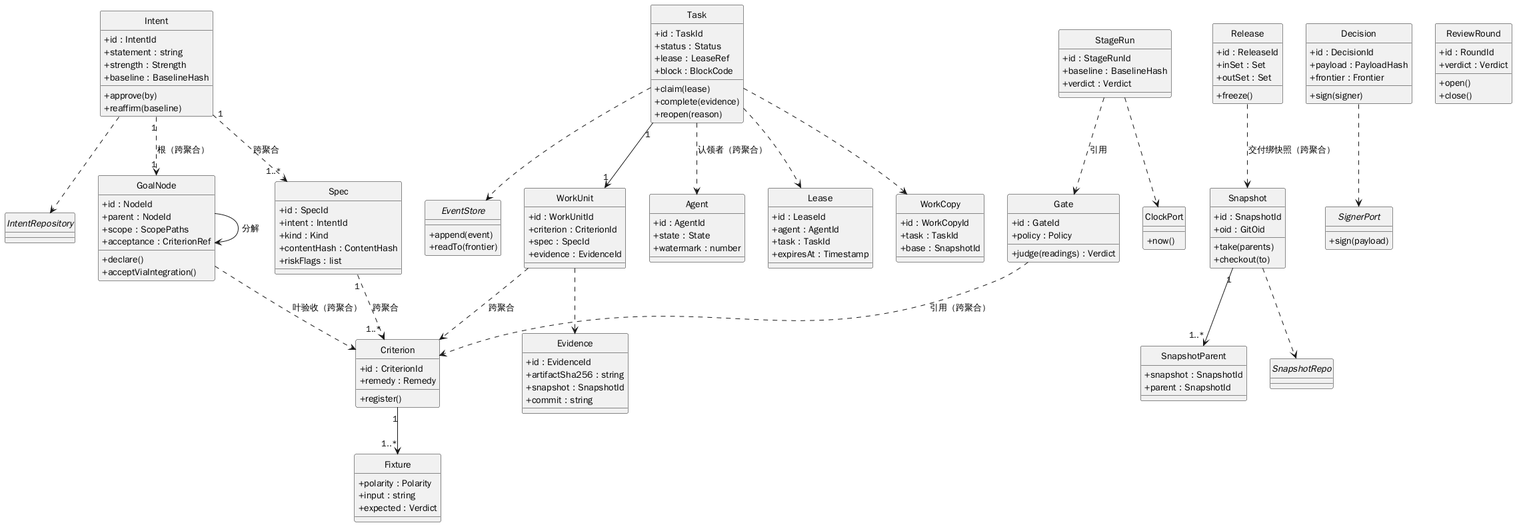
Above: design/diagrams/uml-class.png in raitpor/dsh-software-dev-office (PlantUML), before the change.
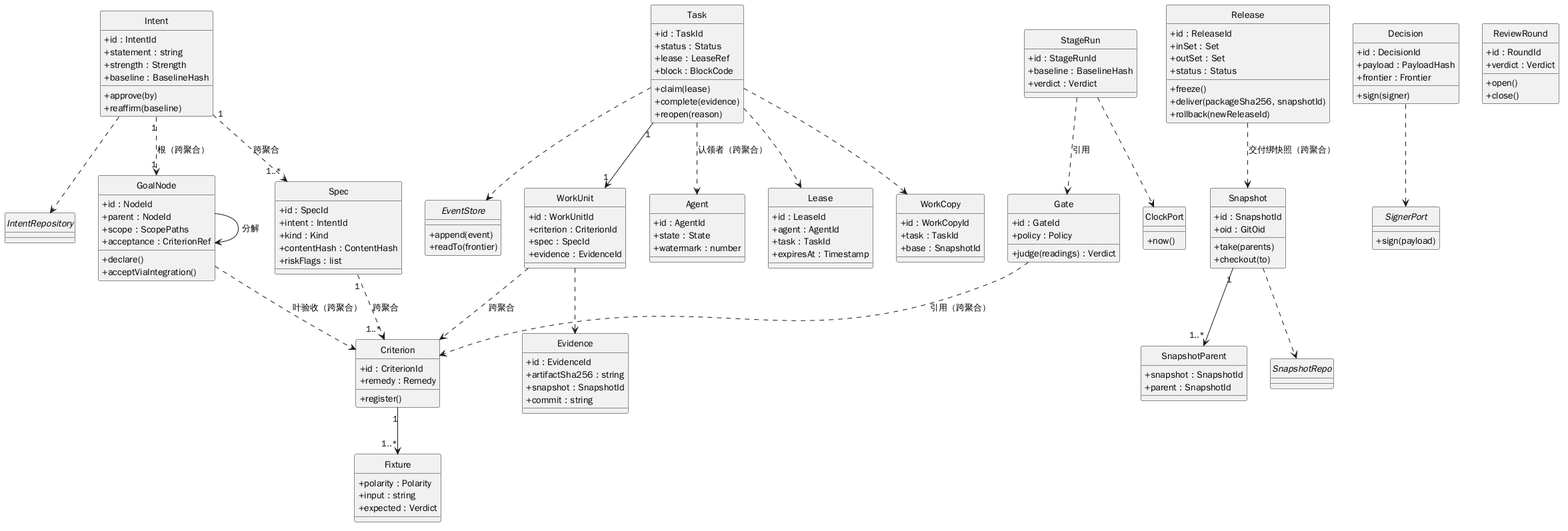
Later version of the same file.

The edit, as a diff of the source:
```diff
@@ -107,7 +107,10 @@
   + id : ReleaseId
   + inSet : Set
   + outSet : Set
+  + status : Status
   + freeze()
+  + deliver(packageSha256, snapshotId)
+  + rollback(newReleaseId)
 }
 interface IntentRepository
 interface EventStore {
```
